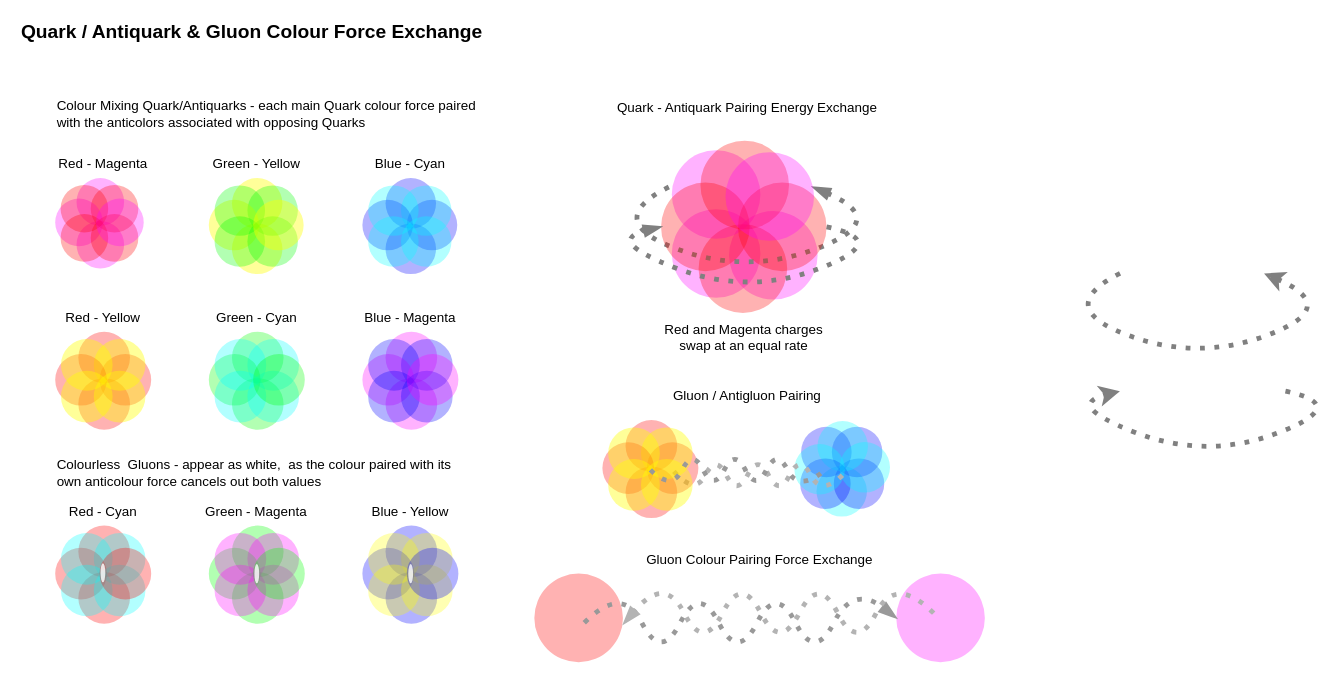
This is Gluon Study.drawio from KrisTinkers/KrisTinkers, a draw.io file, before an edit. Source tidied: cells renumbered, new cells numbered last; positions are measured from the earlier drawing's top-left corner, leaving out a move shared by most shapes. Both pictures are drawn from the tidied source at 96%, with x=0, y=0 at pixel (16, 16).
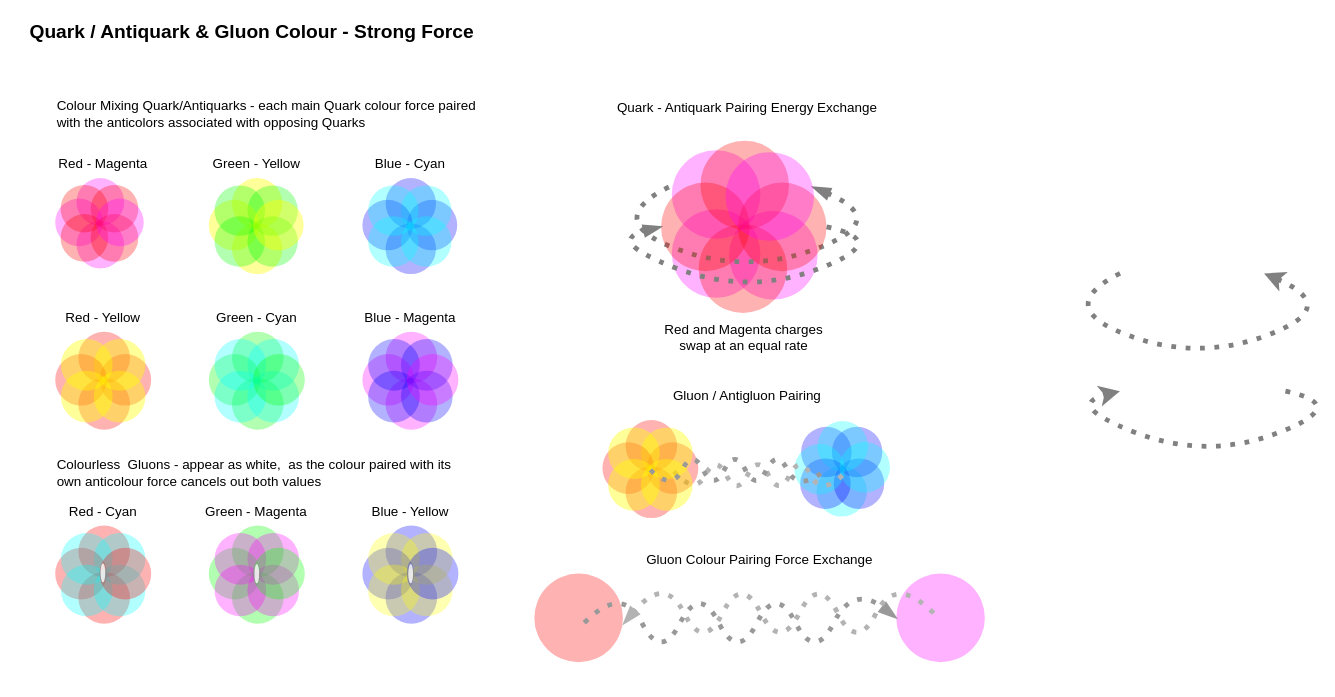
The same page after the edit.

What changed in the source:
```diff
@@
-    <mxCell id="44" value="Quark / Antiquark &amp;amp; Gluon Colour Force Exchange" style="text;strokeColor=none;align=center;fillColor=none;html=1;verticalAlign=middle;whiteSpace=wrap;rounded=1;strokeWidth=2;fontSize=20;fontStyle=1;" parent="1" vertex="1">
+    <mxCell id="44" value="Quark / Antiquark &amp;amp; Gluon Colour - Strong Force" style="text;strokeColor=none;align=center;fillColor=none;html=1;verticalAlign=middle;whiteSpace=wrap;rounded=1;strokeWidth=2;fontSize=20;fontStyle=1;" parent="1" vertex="1">
       <mxGeometry width="490" height="30" as="geometry" />
     </mxCell>
```
